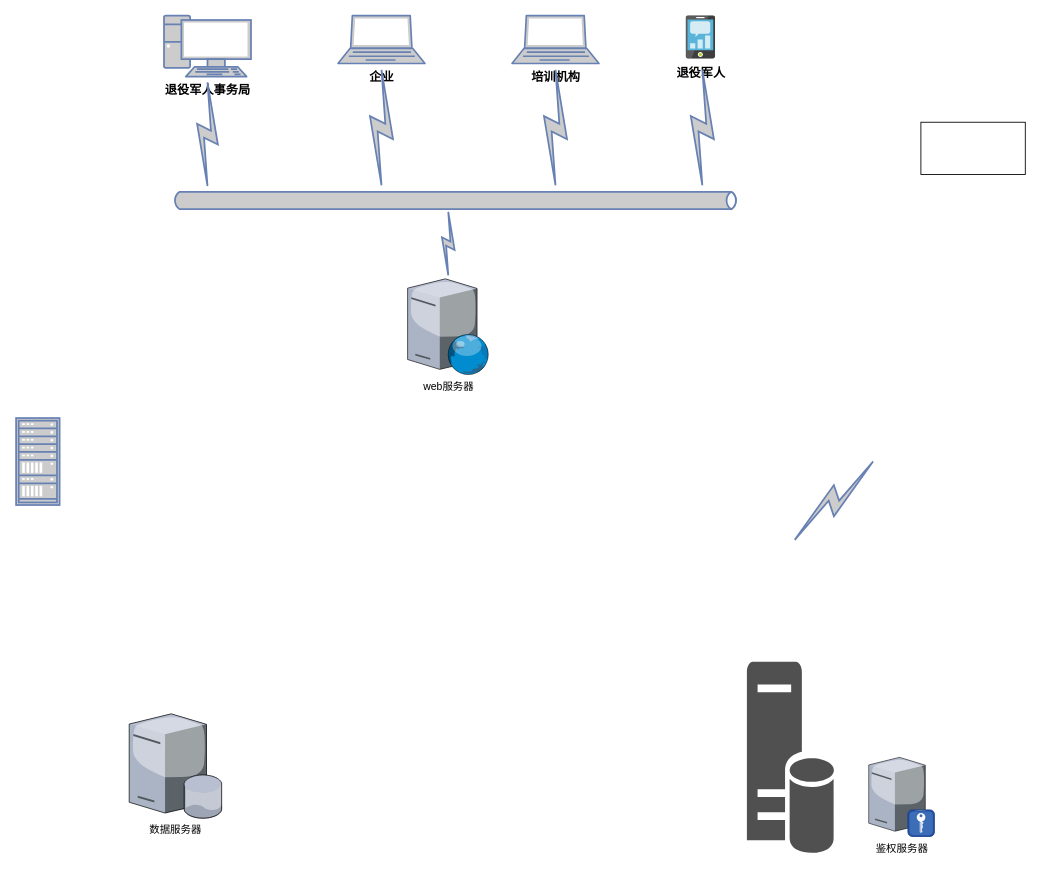
Earlier version of the draw.io diagram 系统部署架构图.drawio (z-cloud-z/draw). Source tidied: cells renumbered, new cells numbered last; positions are measured from the earlier drawing's top-left corner, leaving out a move shared by most shapes. Both pictures are drawn from the tidied source at 87%, with x=0, y=0 at pixel (16, 16).
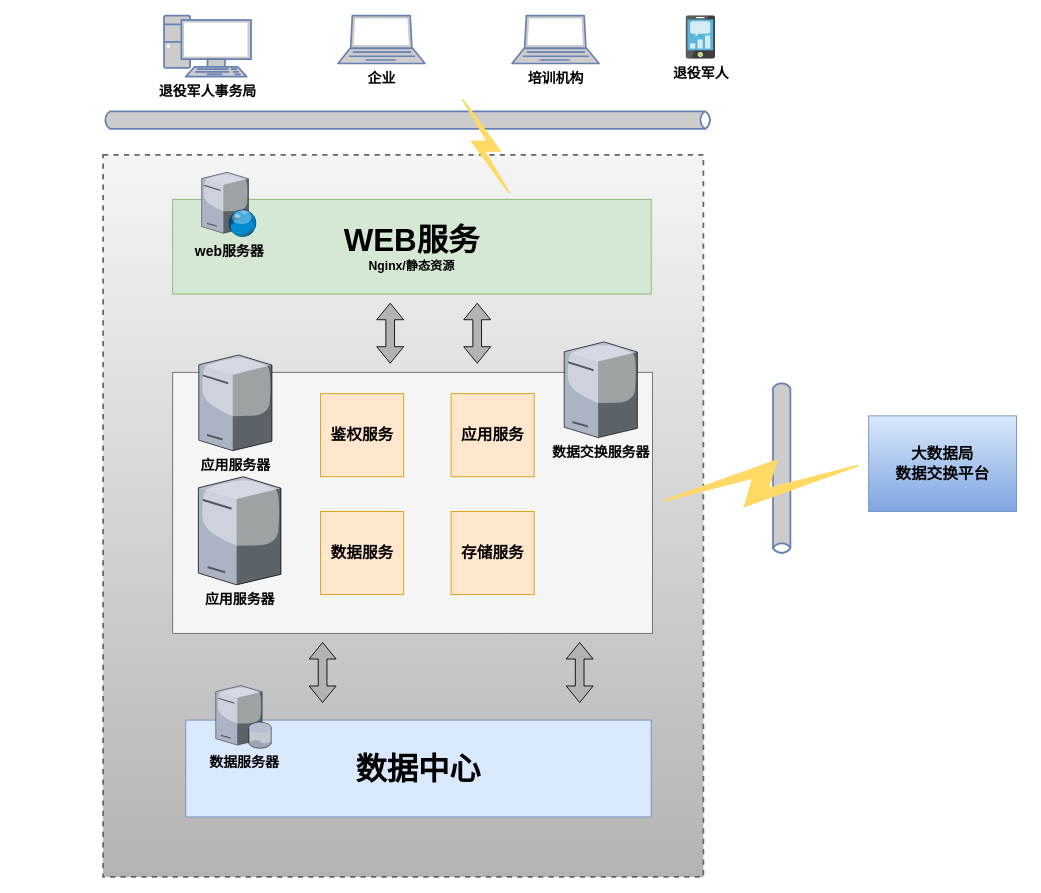
The same diagram, later.

Commit message (it also covers changes not shown here):
更新系统部署架构图.drawio

What changed in the source:
```diff
@@
+    <mxCell id="19" style="html=1;fillColor=#CCCCCC;strokeColor=#6881B3;gradientColor=none;gradientDirection=north;strokeWidth=2;shape=mxgraph.networks.bus;gradientColor=none;gradientDirection=north;fontColor=#ffffff;perimeter=backbonePerimeter;backboneSize=20;rotation=90;" parent="1" vertex="1">
+      <mxGeometry x="780" y="509.5" width="200" height="20" as="geometry" />
+    </mxCell>
+    <mxCell id="20" style="rounded=0;whiteSpace=wrap;html=1;fillColor=#f5f5f5;gradientColor=#b3b3b3;strokeColor=#666666;dashed=1;strokeWidth=2;" parent="1" vertex="1">
+      <mxGeometry x="100" y="159.5" width="690" height="830" as="geometry" />
+    </mxCell>
-    <mxCell id="2" style="html=1;outlineConnect=0;fillColor=#CCCCCC;strokeColor=#6881B3;gradientColor=none;gradientDirection=north;strokeWidth=2;shape=mxgraph.networks.bus;gradientColor=none;gradientDirection=north;fontColor=#ffffff;perimeter=backbonePerimeter;backboneSize=20;" parent="1" vertex="1">
-      <mxGeometry x="180" y="202" width="650" height="20" as="geometry" />
+    <mxCell id="2" style="html=1;outlineConnect=0;fillColor=#CCCCCC;strokeColor=#6881B3;gradientColor=none;gradientDirection=north;strokeWidth=2;shape=mxgraph.networks.bus;gradientColor=none;gradientDirection=north;fontColor=#ffffff;perimeter=backbonePerimeter;backboneSize=20;fontSize=16;" parent="1" vertex="1">
+      <mxGeometry x="100" y="109.5" width="700" height="20" as="geometry" />
     </mxCell>
-    <mxCell id="3" style="html=1;outlineConnect=0;fillColor=#CCCCCC;strokeColor=#6881B3;gradientColor=none;gradientDirection=north;strokeWidth=2;shape=mxgraph.networks.comm_link_edge;html=1;rounded=0;" parent="1" edge="1" source="6" target="2">
-      <mxGeometry relative="1" as="geometry" />
-    </mxCell>
-    <mxCell id="4" value="&lt;font color=&quot;#000000&quot; style=&quot;font-size: 14px;&quot;&gt;&lt;b&gt;企业&lt;/b&gt;&lt;/font&gt;" style="fontColor=#0066CC;verticalAlign=top;verticalLabelPosition=bottom;labelPosition=center;align=center;html=1;outlineConnect=0;fillColor=#CCCCCC;strokeColor=#6881B3;gradientColor=none;gradientDirection=north;strokeWidth=2;shape=mxgraph.networks.laptop;" parent="1" vertex="1">
+    <mxCell id="4" value="&lt;font color=&quot;#000000&quot; style=&quot;font-size: 16px;&quot;&gt;&lt;b style=&quot;font-size: 16px;&quot;&gt;企业&lt;/b&gt;&lt;/font&gt;" style="fontColor=#0066CC;verticalAlign=top;verticalLabelPosition=bottom;labelPosition=center;align=center;html=1;outlineConnect=0;fillColor=#CCCCCC;strokeColor=#6881B3;gradientColor=none;gradientDirection=north;strokeWidth=2;shape=mxgraph.networks.laptop;fontSize=16;" parent="1" vertex="1">
       <mxGeometry x="370" y="-0.5" width="100" height="55" as="geometry" />
     </mxCell>
-    <mxCell id="5" style="fontColor=#0066CC;verticalAlign=top;verticalLabelPosition=bottom;labelPosition=center;align=center;html=1;fillColor=#CCCCCC;strokeColor=#6881B3;gradientColor=none;gradientDirection=north;strokeWidth=2;shape=mxgraph.networks.rack;" parent="1" vertex="1">
-      <mxGeometry y="462" width="50" height="100" as="geometry" />
-    </mxCell>
-    <mxCell id="6" value="web服务器" style="verticalLabelPosition=bottom;sketch=0;html=1;verticalAlign=top;strokeColor=none;align=center;outlineConnect=0;shape=mxgraph.citrix.web_server;" parent="1" vertex="1">
-      <mxGeometry x="450" y="302" width="93.5" height="110" as="geometry" />
-    </mxCell>
-    <mxCell id="7" value="数据服务器" style="verticalLabelPosition=bottom;sketch=0;html=1;verticalAlign=top;strokeColor=none;align=center;shape=mxgraph.citrix.database_server;" parent="1" vertex="1">
-      <mxGeometry x="130" y="802" width="106.7" height="120" as="geometry" />
-    </mxCell>
-    <mxCell id="8" style="sketch=0;shadow=0;dashed=0;html=1;strokeColor=none;fillColor=#505050;labelPosition=center;verticalLabelPosition=bottom;verticalAlign=top;align=center;shape=mxgraph.office.databases.database_server;" parent="1" vertex="1">
-      <mxGeometry x="840" y="742" width="100" height="222" as="geometry" />
-    </mxCell>
-    <mxCell id="9" value="鉴权服务器" style="verticalLabelPosition=bottom;sketch=0;html=1;verticalAlign=top;strokeColor=none;align=center;shape=mxgraph.citrix.radius_server;" parent="1" vertex="1">
-      <mxGeometry x="980" y="852" width="75.5" height="91" as="geometry" />
-    </mxCell>
-    <mxCell id="10" style="rounded=0;whiteSpace=wrap;html=1;" parent="1" vertex="1">
-      <mxGeometry x="1040" y="122" width="120" height="60" as="geometry" />
-    </mxCell>
-    <mxCell id="11" value="&lt;b&gt;&lt;font style=&quot;font-size: 14px;&quot;&gt;退役军人&lt;/font&gt;&lt;/b&gt;" style="sketch=0;html=1;points=[];align=center;image;fontSize=12;image=img/lib/mscae/Mobile_Engagement.svg;" parent="1" vertex="1">
+    <mxCell id="11" value="&lt;b style=&quot;font-size: 16px;&quot;&gt;&lt;font style=&quot;font-size: 16px;&quot;&gt;退役军人&lt;/font&gt;&lt;/b&gt;" style="sketch=0;html=1;points=[];align=center;image;fontSize=16;image=img/lib/mscae/Mobile_Engagement.svg;" parent="1" vertex="1">
       <mxGeometry x="770" y="-0.5" width="34" height="50" as="geometry" />
     </mxCell>
-    <mxCell id="12" value="&lt;b&gt;&lt;font color=&quot;#000000&quot; style=&quot;font-size: 14px;&quot;&gt;退役军人事务局&lt;/font&gt;&lt;/b&gt;" style="fontColor=#0066CC;verticalAlign=top;verticalLabelPosition=bottom;labelPosition=center;align=center;html=1;outlineConnect=0;fillColor=#CCCCCC;strokeColor=#6881B3;gradientColor=none;gradientDirection=north;strokeWidth=2;shape=mxgraph.networks.pc;" parent="1" vertex="1">
+    <mxCell id="12" value="&lt;b style=&quot;font-size: 16px;&quot;&gt;&lt;font color=&quot;#000000&quot; style=&quot;font-size: 16px;&quot;&gt;退役军人事务局&lt;/font&gt;&lt;/b&gt;" style="fontColor=#0066CC;verticalAlign=top;verticalLabelPosition=bottom;labelPosition=center;align=center;html=1;outlineConnect=0;fillColor=#CCCCCC;strokeColor=#6881B3;gradientColor=none;gradientDirection=north;strokeWidth=2;shape=mxgraph.networks.pc;fontSize=16;" parent="1" vertex="1">
       <mxGeometry x="170" y="-0.5" width="100" height="70" as="geometry" />
     </mxCell>
-    <mxCell id="13" value="&lt;b&gt;&lt;font color=&quot;#000000&quot; style=&quot;font-size: 14px;&quot;&gt;培训机构&lt;/font&gt;&lt;/b&gt;" style="fontColor=#0066CC;verticalAlign=top;verticalLabelPosition=bottom;labelPosition=center;align=center;html=1;outlineConnect=0;fillColor=#CCCCCC;strokeColor=#6881B3;gradientColor=none;gradientDirection=north;strokeWidth=2;shape=mxgraph.networks.laptop;" parent="1" vertex="1">
+    <mxCell id="13" value="&lt;b style=&quot;font-size: 16px;&quot;&gt;&lt;font color=&quot;#000000&quot; style=&quot;font-size: 16px;&quot;&gt;培训机构&lt;/font&gt;&lt;/b&gt;" style="fontColor=#0066CC;verticalAlign=top;verticalLabelPosition=bottom;labelPosition=center;align=center;html=1;outlineConnect=0;fillColor=#CCCCCC;strokeColor=#6881B3;gradientColor=none;gradientDirection=north;strokeWidth=2;shape=mxgraph.networks.laptop;fontSize=16;" parent="1" vertex="1">
       <mxGeometry x="570" y="-0.5" width="100" height="55" as="geometry" />
     </mxCell>
-    <mxCell id="14" style="html=1;outlineConnect=0;fillColor=#CCCCCC;strokeColor=#6881B3;gradientColor=none;gradientDirection=north;strokeWidth=2;shape=mxgraph.networks.comm_link_edge;html=1;rounded=0;entryX=0.5;entryY=1;entryDx=0;entryDy=0;entryPerimeter=0;" parent="1" edge="1" source="2" target="12">
-      <mxGeometry relative="1" as="geometry">
-        <Array as="points">
-          <mxPoint x="220" y="142" />
-        </Array>
-      </mxGeometry>
-    </mxCell>
-    <mxCell id="15" style="html=1;outlineConnect=0;fillColor=#CCCCCC;strokeColor=#6881B3;gradientColor=none;gradientDirection=north;strokeWidth=2;shape=mxgraph.networks.comm_link_edge;html=1;rounded=0;entryX=0.553;entryY=1.094;entryDx=0;entryDy=0;entryPerimeter=0;" parent="1" edge="1" source="2" target="11">
-      <mxGeometry relative="1" as="geometry" />
-    </mxCell>
-    <mxCell id="16" style="html=1;outlineConnect=0;fillColor=#CCCCCC;strokeColor=#6881B3;gradientColor=none;gradientDirection=north;strokeWidth=2;shape=mxgraph.networks.comm_link_edge;html=1;rounded=0;" parent="1" edge="1">
-      <mxGeometry relative="1" as="geometry">
-        <mxPoint x="890" y="607" as="sourcePoint" />
-        <mxPoint x="990" y="507" as="targetPoint" />
-      </mxGeometry>
-    </mxCell>
-    <mxCell id="17" style="html=1;outlineConnect=0;fillColor=#CCCCCC;strokeColor=#6881B3;gradientColor=none;gradientDirection=north;strokeWidth=2;shape=mxgraph.networks.comm_link_edge;html=1;rounded=0;entryX=0.5;entryY=1;entryDx=0;entryDy=0;entryPerimeter=0;" parent="1" edge="1" source="2" target="13">
-      <mxGeometry relative="1" as="geometry" />
-    </mxCell>
-    <mxCell id="18" style="html=1;outlineConnect=0;fillColor=#CCCCCC;strokeColor=#6881B3;gradientColor=none;gradientDirection=north;strokeWidth=2;shape=mxgraph.networks.comm_link_edge;html=1;rounded=0;entryX=0.5;entryY=1;entryDx=0;entryDy=0;entryPerimeter=0;" parent="1" edge="1" source="2" target="4">
-      <mxGeometry relative="1" as="geometry" />
-    </mxCell>
+    <mxCell id="21" style="group;" parent="1" vertex="1">
+      <mxGeometry x="195" y="769.5" width="535" height="151" as="geometry" />
+    </mxCell>
+    <mxCell id="22" value="&lt;b&gt;&lt;font style=&quot;font-size: 36px;&quot;&gt;数据中心&lt;/font&gt;&lt;/b&gt;" style="rounded=0;whiteSpace=wrap;html=1;fillColor=#dae8fc;strokeColor=#6c8ebf;" parent="21" vertex="1">
+      <mxGeometry y="39.7" width="535" height="111.3" as="geometry" />
+    </mxCell>
+    <mxCell id="7" value="&lt;font style=&quot;font-size: 16px;&quot;&gt;&lt;b style=&quot;font-size: 16px;&quot;&gt;数据服务器&lt;/b&gt;&lt;/font&gt;" style="verticalLabelPosition=bottom;sketch=0;html=1;verticalAlign=top;strokeColor=none;align=center;shape=mxgraph.citrix.database_server;fontSize=16;" parent="21" vertex="1">
+      <mxGeometry x="34.5" width="64" height="72" as="geometry" />
+    </mxCell>
+    <mxCell id="23" style="group;" parent="1" vertex="1">
+      <mxGeometry x="180" y="179.5" width="550" height="140" as="geometry" />
+    </mxCell>
+    <mxCell id="24" value="&lt;b&gt;&lt;font style=&quot;&quot;&gt;&lt;span style=&quot;font-size: 36px;&quot;&gt;WEB服务&lt;/span&gt;&lt;br&gt;&lt;font style=&quot;font-size: 14px;&quot;&gt;Nginx/静态资源&lt;/font&gt;&lt;br&gt;&lt;/font&gt;&lt;/b&gt;" style="rounded=0;whiteSpace=wrap;html=1;fillColor=#d5e8d4;strokeColor=#82b366;" parent="23" vertex="1">
+      <mxGeometry y="31.1" width="550" height="108.9" as="geometry" />
+    </mxCell>
+    <mxCell id="6" value="&lt;b style=&quot;font-size: 16px;&quot;&gt;&lt;font style=&quot;font-size: 16px;&quot;&gt;web服务器&lt;/font&gt;&lt;/b&gt;" style="verticalLabelPosition=bottom;sketch=0;html=1;verticalAlign=top;strokeColor=none;align=center;outlineConnect=0;shape=mxgraph.citrix.web_server;fontSize=16;" parent="23" vertex="1">
+      <mxGeometry x="33.3" width="63" height="74.1" as="geometry" />
+    </mxCell>
+    <mxCell id="25" style="shape=flexArrow;endArrow=classic;startArrow=classic;html=1;rounded=0;fillColor=#B3B3B3;" parent="1" edge="1">
+      <mxGeometry relative="1" as="geometry">
+        <mxPoint x="430" y="399.5" as="sourcePoint" />
+        <mxPoint x="430" y="329.5" as="targetPoint" />
+      </mxGeometry>
+    </mxCell>
+    <mxCell id="26" style="shape=flexArrow;endArrow=classic;startArrow=classic;html=1;rounded=0;fillColor=#B3B3B3;" parent="1" edge="1">
+      <mxGeometry relative="1" as="geometry">
+        <mxPoint x="530" y="399.5" as="sourcePoint" />
+        <mxPoint x="530" y="329.5" as="targetPoint" />
+      </mxGeometry>
+    </mxCell>
+    <mxCell id="27" style="group;" parent="1" vertex="1">
+      <mxGeometry x="180" y="409.5" width="650" height="400" as="geometry" />
+    </mxCell>
+    <mxCell id="28" style="rounded=0;whiteSpace=wrap;html=1;fillColor=#f5f5f5;fontColor=#333333;strokeColor=#666666;" parent="27" vertex="1">
+      <mxGeometry width="551.5" height="300" as="geometry" />
+    </mxCell>
+    <mxCell id="29" value="&lt;font style=&quot;font-size: 18px;&quot;&gt;&lt;b&gt;鉴权服务&lt;/b&gt;&lt;/font&gt;" style="whiteSpace=wrap;html=1;fillColor=#ffe6cc;strokeColor=#d79b00;" parent="27" vertex="1">
+      <mxGeometry x="170" y="24.5" width="95.5" height="95.5" as="geometry" />
+    </mxCell>
+    <mxCell id="30" value="&lt;font style=&quot;font-size: 18px;&quot;&gt;&lt;b&gt;应用服务&lt;/b&gt;&lt;/font&gt;" style="whiteSpace=wrap;html=1;fillColor=#ffe6cc;strokeColor=#d79b00;" parent="27" vertex="1">
+      <mxGeometry x="320" y="24.5" width="95.5" height="95.5" as="geometry" />
+    </mxCell>
+    <mxCell id="31" value="&lt;font style=&quot;font-size: 18px;&quot;&gt;&lt;b&gt;数据服务&lt;/b&gt;&lt;/font&gt;" style="whiteSpace=wrap;html=1;fillColor=#ffe6cc;strokeColor=#d79b00;" parent="27" vertex="1">
+      <mxGeometry x="170" y="160" width="95.5" height="95.5" as="geometry" />
+    </mxCell>
+    <mxCell id="32" value="&lt;font style=&quot;font-size: 18px;&quot;&gt;&lt;b&gt;存储服务&lt;/b&gt;&lt;/font&gt;" style="whiteSpace=wrap;html=1;fillColor=#ffe6cc;strokeColor=#d79b00;" parent="27" vertex="1">
+      <mxGeometry x="320" y="160" width="95.5" height="95.5" as="geometry" />
+    </mxCell>
+    <mxCell id="33" value="&lt;font style=&quot;font-size: 16px;&quot;&gt;&lt;b style=&quot;font-size: 16px;&quot;&gt;应用服务器&lt;/b&gt;&lt;/font&gt;" style="verticalLabelPosition=bottom;sketch=0;html=1;verticalAlign=top;strokeColor=none;align=center;shape=mxgraph.citrix.license_server;fontSize=16;" parent="27" vertex="1">
+      <mxGeometry x="29.5" y="120" width="94.9" height="124.2" as="geometry" />
+    </mxCell>
+    <mxCell id="34" style="shape=flexArrow;endArrow=classic;startArrow=classic;html=1;rounded=0;fillColor=#B3B3B3;" parent="27" edge="1">
+      <mxGeometry relative="1" as="geometry">
+        <mxPoint x="172.3" y="380" as="sourcePoint" />
+        <mxPoint x="172.3" y="310" as="targetPoint" />
+      </mxGeometry>
+    </mxCell>
+    <mxCell id="35" style="shape=flexArrow;endArrow=classic;startArrow=classic;html=1;rounded=0;fillColor=#B3B3B3;" parent="27" edge="1">
+      <mxGeometry relative="1" as="geometry">
+        <mxPoint x="467.8" y="380" as="sourcePoint" />
+        <mxPoint x="467.8" y="310" as="targetPoint" />
+      </mxGeometry>
+    </mxCell>
+    <mxCell id="36" value="&lt;font style=&quot;font-size: 16px;&quot;&gt;&lt;b style=&quot;font-size: 16px;&quot;&gt;数据交换服务器&lt;/b&gt;&lt;/font&gt;" style="verticalLabelPosition=bottom;sketch=0;html=1;verticalAlign=top;strokeColor=none;align=center;shape=mxgraph.citrix.license_server;fontSize=16;" parent="27" vertex="1">
+      <mxGeometry x="450" y="-35" width="84.1" height="110" as="geometry" />
+    </mxCell>
+    <mxCell id="37" value="&lt;font style=&quot;font-size: 16px;&quot;&gt;&lt;b style=&quot;font-size: 16px;&quot;&gt;应用服务器&lt;/b&gt;&lt;/font&gt;" style="verticalLabelPosition=bottom;sketch=0;html=1;verticalAlign=top;strokeColor=none;align=center;shape=mxgraph.citrix.license_server;fontSize=16;" parent="1" vertex="1">
+      <mxGeometry x="210" y="389.5" width="84.1" height="110" as="geometry" />
+    </mxCell>
+    <mxCell id="38" value="&lt;b&gt;&lt;font style=&quot;font-size: 18px;&quot;&gt;大数据局&lt;br&gt;数据交换平台&lt;/font&gt;&lt;/b&gt;" style="rounded=0;whiteSpace=wrap;html=1;fillColor=#dae8fc;gradientColor=#7ea6e0;strokeColor=#6c8ebf;" parent="1" vertex="1">
+      <mxGeometry x="980" y="459.5" width="170" height="110" as="geometry" />
+    </mxCell>
+    <mxCell id="39" style="html=1;outlineConnect=0;fillColor=#FFD966;strokeColor=#FFD966;gradientColor=none;gradientDirection=north;strokeWidth=2;shape=mxgraph.networks.comm_link_edge;html=1;rounded=0;fontSize=16;" parent="1" edge="1">
+      <mxGeometry relative="1" as="geometry">
+        <mxPoint x="570" y="209.5" as="sourcePoint" />
+        <mxPoint x="510" y="89.5" as="targetPoint" />
+      </mxGeometry>
+    </mxCell>
+    <mxCell id="40" style="html=1;outlineConnect=0;fillColor=#FFD966;strokeColor=#FFD966;gradientColor=none;gradientDirection=north;strokeWidth=2;shape=mxgraph.networks.comm_link_edge;html=1;rounded=0;fontSize=16;exitX=0;exitY=0.5;exitDx=0;exitDy=0;entryX=1;entryY=0.5;entryDx=0;entryDy=0;" parent="1" edge="1" source="38" target="28">
+      <mxGeometry relative="1" as="geometry" />
+    </mxCell>
```
